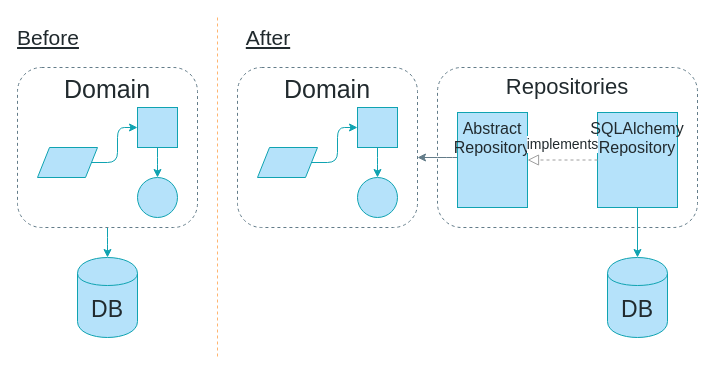
This is page "Chapter 2" (2 of 11) of maps.drawio from cosmicpython/book, a draw.io file, before an edit. Source tidied: cells renumbered, new cells numbered last; positions are measured from the earlier drawing's top-left corner, leaving out a move shared by most shapes. Both pictures are drawn from the tidied source at 100%, with x=0, y=0 at pixel (17, 17).
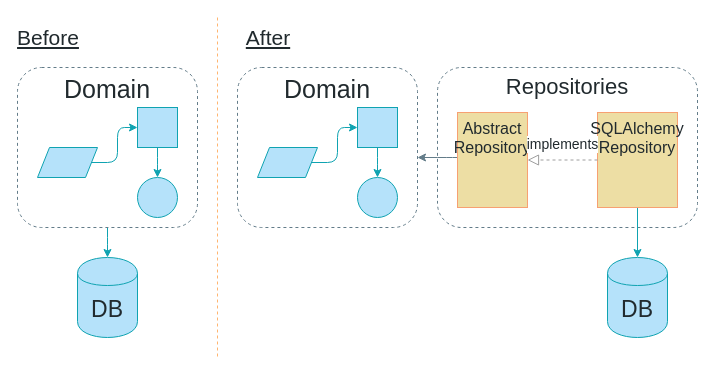
After the change.

Diff of the diagram source:
```diff
@@
-    <mxCell id="9" value="&lt;font style=&quot;font-size: 16px;&quot; color=&quot;#212A2E&quot;&gt;Abstract Repository&lt;br style=&quot;font-size: 16px;&quot;&gt;&lt;/font&gt;" style="whiteSpace=wrap;html=1;strokeColor=#0FA3B1;fillColor=#B5E2FA;gradientColor=none;fontFamily=Guardian Sans Cond Light;fontSize=16;fontColor=#212A2E;verticalAlign=top;" parent="1" vertex="1">
+    <mxCell id="9" value="&lt;font style=&quot;font-size: 16px;&quot; color=&quot;#212A2E&quot;&gt;Abstract Repository&lt;br style=&quot;font-size: 16px;&quot;&gt;&lt;/font&gt;" style="whiteSpace=wrap;html=1;strokeColor=#F7A072;fillColor=#EDDEA4;gradientColor=none;fontFamily=Guardian Sans Cond Light;fontSize=16;fontColor=#212A2E;verticalAlign=top;" parent="1" vertex="1">
       <mxGeometry x="440" y="95" width="70" height="95" as="geometry" />
     </mxCell>
@@
-    <mxCell id="11" value="SQLAlchemy&lt;br style=&quot;font-size: 16px;&quot;&gt;&lt;font style=&quot;font-size: 16px;&quot;&gt;Repository&lt;/font&gt;" style="whiteSpace=wrap;html=1;strokeColor=#0FA3B1;fillColor=#B5E2FA;gradientColor=none;fontFamily=Guardian Sans Cond Light;fontSize=16;fontColor=#212A2E;verticalAlign=top;" parent="1" vertex="1">
+    <mxCell id="11" value="SQLAlchemy&lt;br style=&quot;font-size: 16px;&quot;&gt;&lt;font style=&quot;font-size: 16px;&quot;&gt;Repository&lt;/font&gt;" style="whiteSpace=wrap;html=1;strokeColor=#F7A072;fillColor=#EDDEA4;gradientColor=none;fontFamily=Guardian Sans Cond Light;fontSize=16;fontColor=#212A2E;verticalAlign=top;" parent="1" vertex="1">
       <mxGeometry x="580" y="95" width="80" height="95" as="geometry" />
     </mxCell>
```
